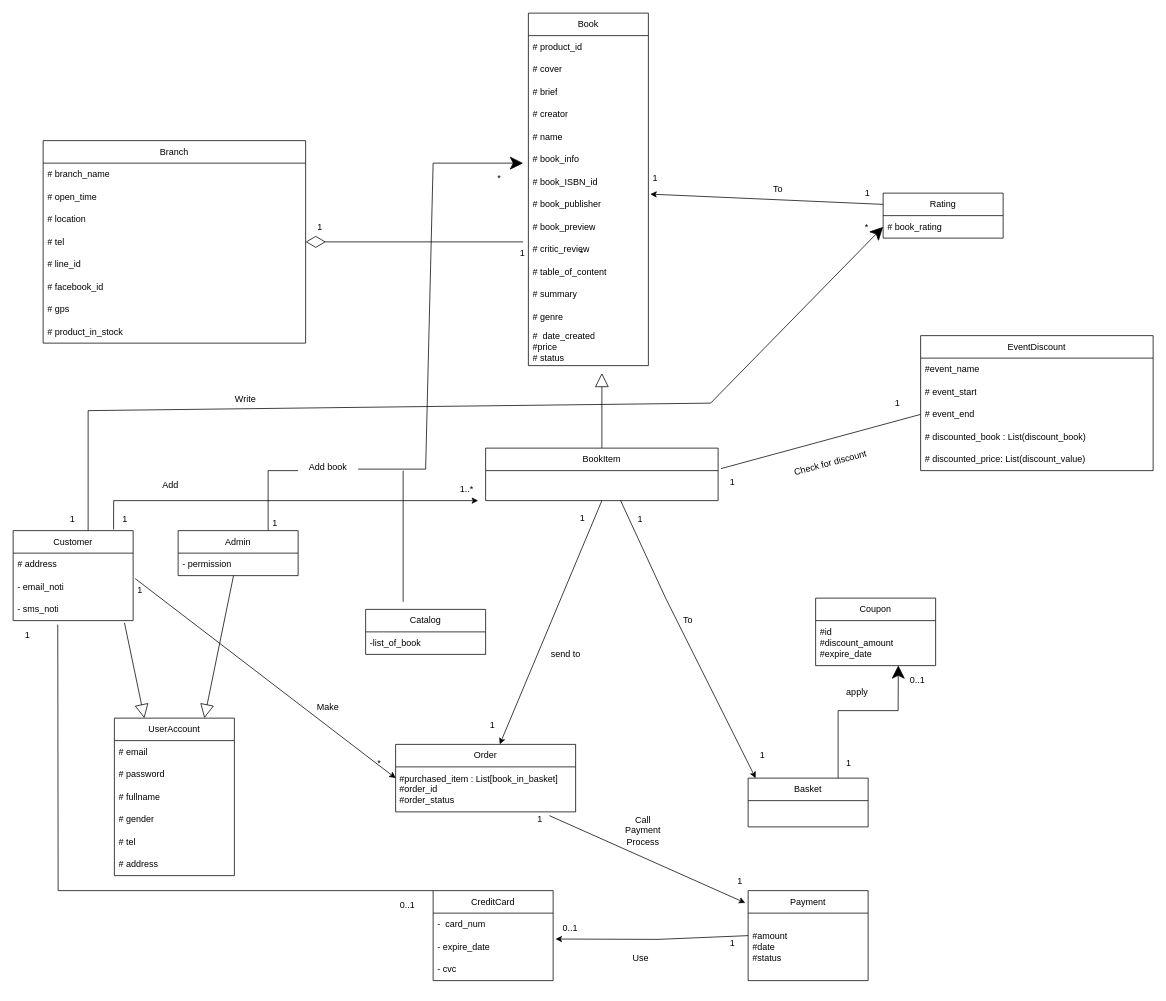
Earlier version of the draw.io diagram Class_diagram.drawio (Misterpetchz/Object_Oriented_Project). Source tidied: cells renumbered, new cells numbered last; positions are measured from the earlier drawing's top-left corner, leaving out a move shared by most shapes. Both pictures are drawn from the tidied source at 75%, with x=0, y=0 at pixel (13, 13).
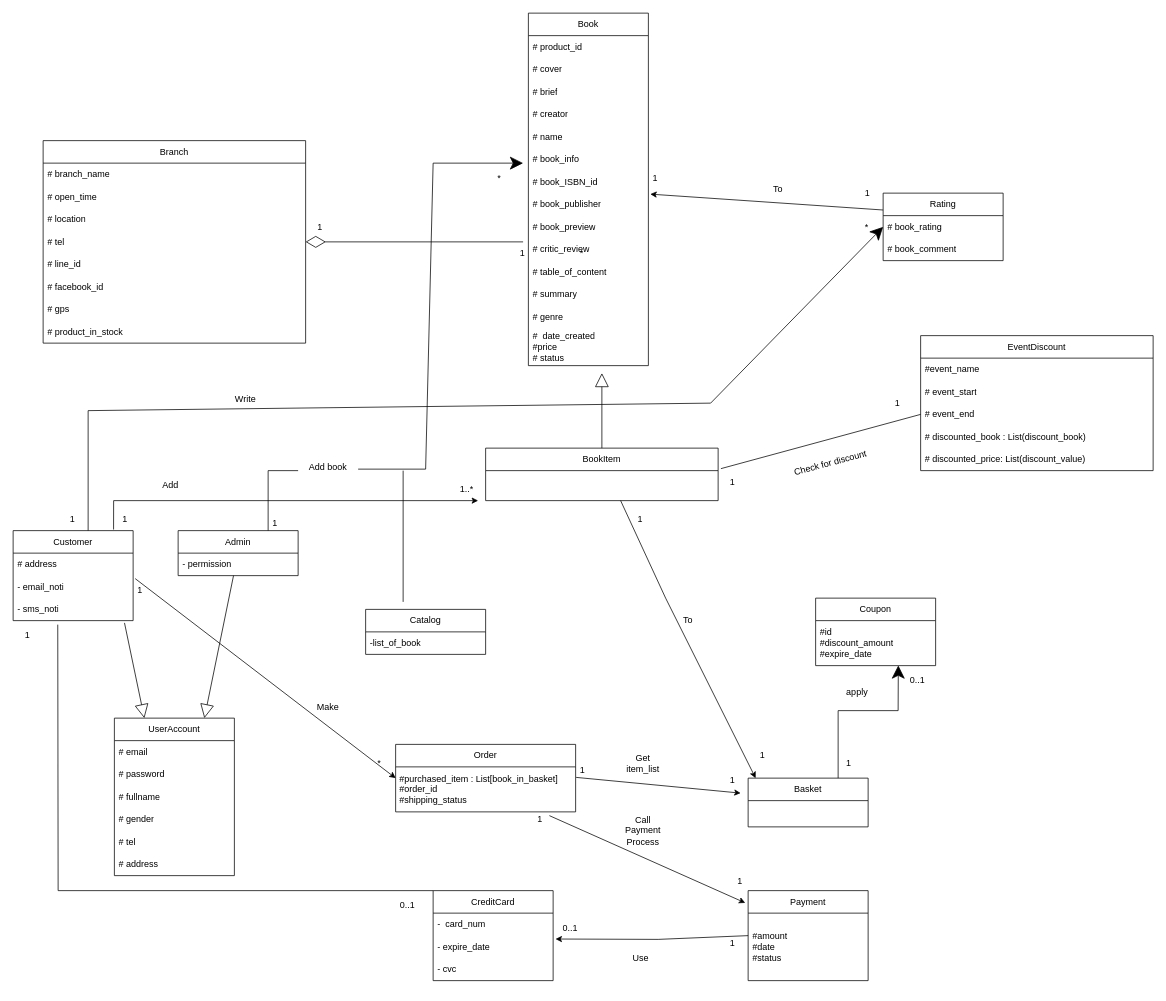
Above is the later version.

The change refers to these unchanged cells:
```xml
<mxCell id="78" value="Order" style="swimlane;fontStyle=0;horizontal=1;startSize=30;whiteSpace=wrap;html=1;" parent="1" vertex="1">
  <mxGeometry x="510" y="975" width="240" height="90" as="geometry" />
</mxCell>
<mxCell id="93" value="BookItem" style="swimlane;fontStyle=0;horizontal=1;startSize=30;whiteSpace=wrap;html=1;" parent="1" vertex="1">
  <mxGeometry x="630" y="580" width="310" height="70" as="geometry" />
</mxCell>
```

The edit, as a diff of the source:
```diff
@@
     <mxCell id="26" value="Rating" style="swimlane;fontStyle=0;horizontal=1;startSize=30;whiteSpace=wrap;html=1;" parent="1" vertex="1">
-      <mxGeometry x="1160" y="240" width="160" height="60" as="geometry" />
+      <mxGeometry x="1160" y="240" width="160" height="90" as="geometry" />
     </mxCell>
@@
+    <mxCell id="118" value="# book_comment" style="text;strokeColor=none;fillColor=none;align=left;verticalAlign=middle;spacingLeft=4;spacingRight=4;overflow=hidden;whiteSpace=wrap;html=1;" parent="26" vertex="1">
+      <mxGeometry y="60" width="160" height="30" as="geometry" />
+    </mxCell>
@@
-    <mxCell id="79" value="&lt;div&gt;&lt;div&gt;&amp;nbsp;#purchased_item : List[book_in_basket]&lt;/div&gt;&lt;div&gt;&amp;nbsp;#order_id&lt;/div&gt;&lt;div&gt;&amp;nbsp;#order_status&amp;nbsp;&lt;span style=&quot;white-space: pre;&quot;&gt;&#9;&lt;/span&gt;&amp;nbsp;&lt;/div&gt;&lt;/div&gt;" style="text;html=1;align=left;verticalAlign=middle;points=[];strokeColor=none;fillColor=none;" parent="78" vertex="1">
+    <mxCell id="79" value="&lt;div&gt;&lt;div&gt;&amp;nbsp;#purchased_item : List[book_in_basket]&lt;/div&gt;&lt;div&gt;&amp;nbsp;#order_id&lt;/div&gt;&lt;div&gt;&amp;nbsp;#shipping_status&amp;nbsp;&lt;span style=&quot;white-space: pre;&quot;&gt;&#9;&lt;/span&gt;&amp;nbsp;&lt;/div&gt;&lt;/div&gt;" style="text;html=1;align=left;verticalAlign=middle;points=[];strokeColor=none;fillColor=none;" parent="78" vertex="1">
       <mxGeometry y="30" width="240" height="60" as="geometry" />
     </mxCell>
@@
-    <mxCell id="104" style="endArrow=classic;html=1;rounded=0;exitX=0.5;exitY=1;exitDx=0;exitDy=0;" parent="1" edge="1" source="93" target="78">
-      <mxGeometry relative="1" as="geometry" />
+    <mxCell id="104" style="endArrow=classic;html=1;rounded=0;exitX=1.003;exitY=0.234;exitDx=0;exitDy=0;exitPerimeter=0;" parent="1" edge="1" source="79">
+      <mxGeometry relative="1" as="geometry">
+        <mxPoint x="970" y="1040" as="targetPoint" />
+      </mxGeometry>
     </mxCell>
@@
     <mxCell id="112" value="1" style="text;strokeColor=none;fillColor=none;align=left;verticalAlign=middle;spacingLeft=4;spacingRight=4;overflow=hidden;whiteSpace=wrap;html=1;" parent="1" vertex="1">
-      <mxGeometry x="750" y="660" width="40" height="25" as="geometry" />
+      <mxGeometry x="950" y="1010" width="40" height="25" as="geometry" />
     </mxCell>
     <mxCell id="113" value="1" style="text;strokeColor=none;fillColor=none;align=left;verticalAlign=middle;spacingLeft=4;spacingRight=4;overflow=hidden;whiteSpace=wrap;html=1;" parent="1" vertex="1">
-      <mxGeometry x="630" y="940" width="40" height="20" as="geometry" />
+      <mxGeometry x="750" y="1000" width="40" height="20" as="geometry" />
     </mxCell>
-    <mxCell id="114" value="send to" style="text;strokeColor=none;align=center;fillColor=none;html=1;verticalAlign=middle;whiteSpace=wrap;rounded=0;rotation=0;" parent="1" vertex="1">
-      <mxGeometry x="707" y="840" width="60" height="30" as="geometry" />
-    </mxCell>
@@
+    <mxCell id="119" value="Get item_list" style="text;html=1;strokeColor=none;fillColor=none;align=center;verticalAlign=middle;whiteSpace=wrap;rounded=0;" parent="1" vertex="1">
+      <mxGeometry x="810" y="960" width="60" height="80" as="geometry" />
+    </mxCell>
```
